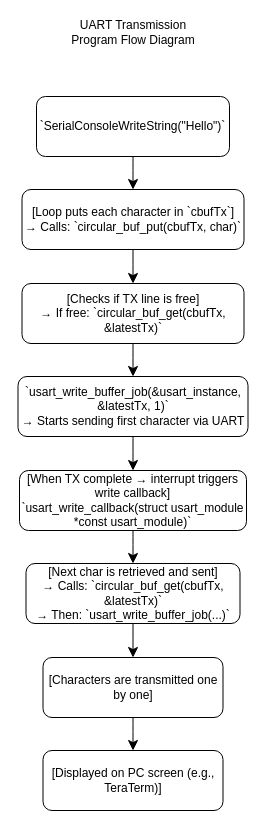
The draw.io diagram A07G_deliveries/A07G_2.8.drawio in ese5160/final-project-a07g-a14g-t05-fusion-maverick, before the edit. Source tidied: cells renumbered, new cells numbered last; positions are measured from the earlier drawing's top-left corner, leaving out a move shared by most shapes. Both pictures are drawn from the tidied source at 100%, with x=0, y=0 at pixel (18, 17).
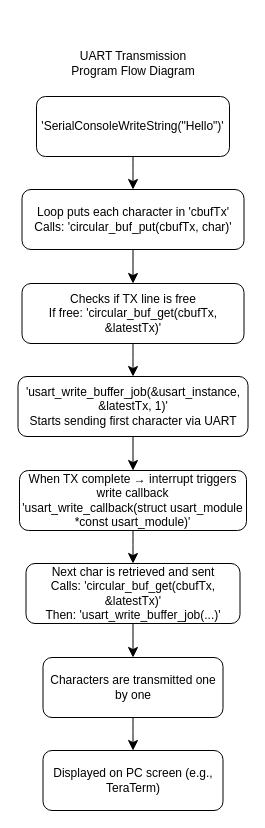
The same page after the edit.

The edit, as a diff of the source:
```diff
@@
 <mxGraphModel>
   <root>
     <mxCell id="0" />
     <mxCell id="1" parent="0" />
     <mxCell id="2" style="edgeStyle=none;curved=1;rounded=0;jettySize=auto;html=1;fontSize=12;startSize=8;endSize=8;" parent="1" edge="1" source="3" target="6">
       <mxGeometry relative="1" as="geometry" />
     </mxCell>
-    <mxCell id="3" value="`SerialConsoleWriteString(&quot;Hello&quot;)`" style="rounded=1;whiteSpace=wrap;html=1;" parent="1" vertex="1">
+    <mxCell id="3" value="'SerialConsoleWriteString(&quot;Hello&quot;)'" style="rounded=1;whiteSpace=wrap;html=1;" parent="1" vertex="1">
       <mxGeometry x="18" y="79" width="193" height="60" as="geometry" />
     </mxCell>
     <mxCell id="4" value="UART Transmission Program Flow Diagram" style="text;html=1;align=center;verticalAlign=middle;whiteSpace=wrap;rounded=0;" parent="1" vertex="1">
-      <mxGeometry x="44.5" width="140" height="30" as="geometry" />
+      <mxGeometry x="44.5" y="31" width="140" height="30" as="geometry" />
     </mxCell>
     <mxCell id="5" style="edgeStyle=none;curved=1;rounded=0;jettySize=auto;html=1;fontSize=12;startSize=8;endSize=8;" parent="1" edge="1" source="6" target="8">
       <mxGeometry relative="1" as="geometry" />
     </mxCell>
-    <mxCell id="6" value="&lt;div&gt;[Loop puts each character in `cbufTx`]&lt;/div&gt;&lt;div&gt;→ Calls: `circular_buf_put(cbufTx, char)`&lt;/div&gt;" style="whiteSpace=wrap;html=1;rounded=1;" parent="1" vertex="1">
+    <mxCell id="6" value="&lt;div&gt;Loop puts each character in 'cbufTx'&lt;/div&gt;&lt;div&gt;Calls: 'circular_buf_put(cbufTx, char)'&lt;/div&gt;" style="whiteSpace=wrap;html=1;rounded=1;" parent="1" vertex="1">
       <mxGeometry x="3.5" y="172" width="222" height="60" as="geometry" />
     </mxCell>
     <mxCell id="7" style="edgeStyle=none;curved=1;rounded=0;jettySize=auto;html=1;fontSize=12;startSize=8;endSize=8;" parent="1" edge="1" source="8" target="10">
       <mxGeometry relative="1" as="geometry" />
     </mxCell>
-    <mxCell id="8" value="&lt;div&gt;[Checks if TX line is free]&lt;/div&gt;&lt;div&gt;→ If free: `circular_buf_get(cbufTx, &amp;amp;latestTx)`&lt;/div&gt;" style="whiteSpace=wrap;html=1;rounded=1;" parent="1" vertex="1">
+    <mxCell id="8" value="&lt;div&gt;Checks if TX line is free&lt;/div&gt;&lt;div&gt;If free: 'circular_buf_get(cbufTx, &amp;amp;latestTx)'&lt;/div&gt;" style="whiteSpace=wrap;html=1;rounded=1;" parent="1" vertex="1">
       <mxGeometry x="3.5" y="266" width="222" height="60" as="geometry" />
     </mxCell>
     <mxCell id="9" style="edgeStyle=none;curved=1;rounded=0;jettySize=auto;html=1;fontSize=12;startSize=8;endSize=8;" parent="1" edge="1" source="10" target="12">
       <mxGeometry relative="1" as="geometry" />
     </mxCell>
-    <mxCell id="10" value="&lt;div&gt;`usart_write_buffer_job(&amp;amp;usart_instance, &amp;amp;latestTx, 1)`&lt;/div&gt;&lt;div&gt;→ Starts sending first character via UART&lt;/div&gt;" style="whiteSpace=wrap;html=1;rounded=1;" parent="1" vertex="1">
+    <mxCell id="10" value="&lt;div&gt;'usart_write_buffer_job(&amp;amp;usart_instance, &amp;amp;latestTx, 1)'&lt;/div&gt;&lt;div&gt;Starts sending first character via UART&lt;/div&gt;" style="whiteSpace=wrap;html=1;rounded=1;" parent="1" vertex="1">
       <mxGeometry x="-0.5" y="359" width="230" height="60" as="geometry" />
     </mxCell>
     <mxCell id="11" style="edgeStyle=none;curved=1;rounded=0;jettySize=auto;html=1;fontSize=12;startSize=8;endSize=8;" parent="1" edge="1" source="12" target="14">
       <mxGeometry relative="1" as="geometry" />
     </mxCell>
-    <mxCell id="12" value="&lt;div&gt;[When TX complete → interrupt triggers write callback]&lt;/div&gt;&lt;div&gt;`usart_write_callback(struct usart_module *const usart_module)`&lt;/div&gt;" style="whiteSpace=wrap;html=1;rounded=1;" parent="1" vertex="1">
+    <mxCell id="12" value="&lt;div&gt;When TX complete → interrupt triggers write callback&lt;/div&gt;&lt;div&gt;'usart_write_callback(struct usart_module *const usart_module)'&lt;/div&gt;" style="whiteSpace=wrap;html=1;rounded=1;" parent="1" vertex="1">
       <mxGeometry x="1" y="453" width="227" height="60" as="geometry" />
     </mxCell>
     <mxCell id="13" style="edgeStyle=none;curved=1;rounded=0;jettySize=auto;html=1;fontSize=12;startSize=8;endSize=8;" parent="1" edge="1" source="14" target="16">
       <mxGeometry relative="1" as="geometry" />
     </mxCell>
-    <mxCell id="14" value="&lt;div&gt;[Next char is retrieved and sent]&lt;/div&gt;&lt;div&gt;→ Calls: `circular_buf_get(cbufTx, &amp;amp;latestTx)`&lt;/div&gt;&lt;div&gt;→ Then: `usart_write_buffer_job(...)`&lt;/div&gt;" style="whiteSpace=wrap;html=1;rounded=1;" parent="1" vertex="1">
+    <mxCell id="14" value="&lt;div&gt;Next char is retrieved and sent&lt;/div&gt;&lt;div&gt;Calls: 'circular_buf_get(cbufTx, &amp;amp;latestTx)'&lt;/div&gt;&lt;div&gt;Then: 'usart_write_buffer_job(...)'&lt;/div&gt;" style="whiteSpace=wrap;html=1;rounded=1;" parent="1" vertex="1">
       <mxGeometry x="7.5" y="546" width="214" height="60" as="geometry" />
     </mxCell>
     <mxCell id="15" style="edgeStyle=none;curved=1;rounded=0;jettySize=auto;html=1;fontSize=12;startSize=8;endSize=8;" parent="1" edge="1" source="16" target="17">
       <mxGeometry relative="1" as="geometry" />
     </mxCell>
-    <mxCell id="16" value="[Characters are transmitted one by one]" style="whiteSpace=wrap;html=1;rounded=1;" parent="1" vertex="1">
+    <mxCell id="16" value="Characters are transmitted one by one" style="whiteSpace=wrap;html=1;rounded=1;" parent="1" vertex="1">
       <mxGeometry x="24.5" y="640" width="180" height="60" as="geometry" />
     </mxCell>
-    <mxCell id="17" value="[Displayed on PC screen (e.g., TeraTerm)]" style="whiteSpace=wrap;html=1;rounded=1;" parent="1" vertex="1">
+    <mxCell id="17" value="Displayed on PC screen (e.g., TeraTerm)" style="whiteSpace=wrap;html=1;rounded=1;" parent="1" vertex="1">
       <mxGeometry x="24.5" y="733" width="180" height="60" as="geometry" />
     </mxCell>
   </root>
 </mxGraphModel>
```
